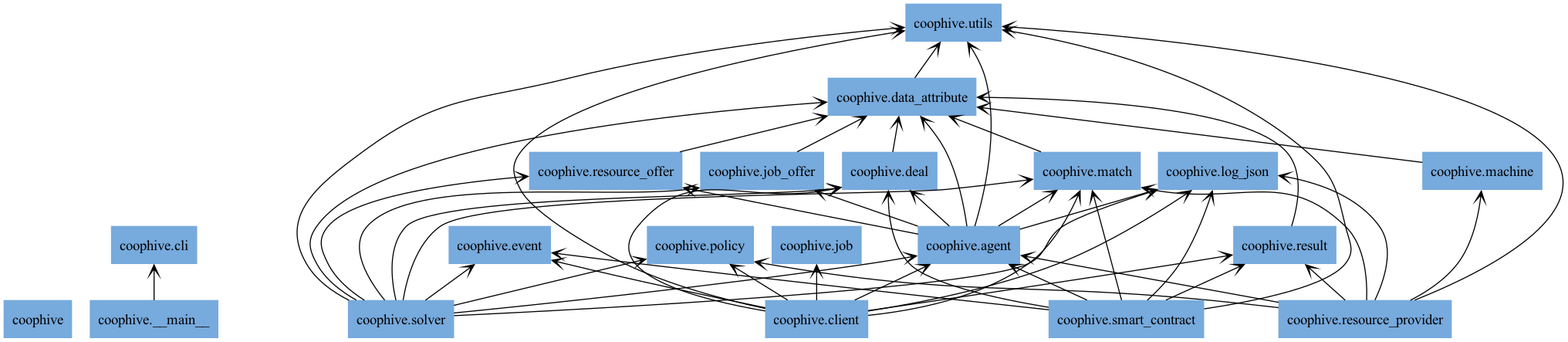
Earlier version of the Graphviz export docs/img/packages_coophive.png (CoopHive/Apiary). Its source is kept beside it as docs/img/packages_coophive.dot.
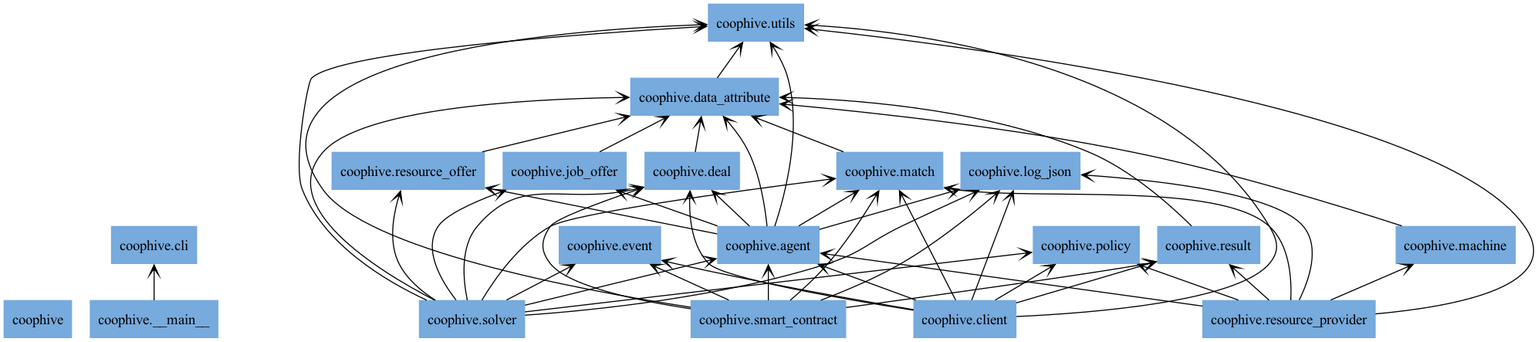
After the change.

The edit, as a diff of the source:
```diff
@@ -9,7 +9,6 @@
 "coophive.data_attribute" [color="#77AADD", label=<coophive.data_attribute>, shape="box", style="filled"];
 "coophive.deal" [color="#77AADD", label=<coophive.deal>, shape="box", style="filled"];
 "coophive.event" [color="#77AADD", label=<coophive.event>, shape="box", style="filled"];
-"coophive.job" [color="#77AADD", label=<coophive.job>, shape="box", style="filled"];
 "coophive.job_offer" [color="#77AADD", label=<coophive.job_offer>, shape="box", style="filled"];
 "coophive.log_json" [color="#77AADD", label=<coophive.log_json>, shape="box", style="filled"];
 "coophive.machine" [color="#77AADD", label=<coophive.machine>, shape="box", style="filled"];
@@ -32,7 +31,6 @@
 "coophive.client" -> "coophive.agent" [arrowhead="open", arrowtail="none"];
 "coophive.client" -> "coophive.deal" [arrowhead="open", arrowtail="none"];
 "coophive.client" -> "coophive.event" [arrowhead="open", arrowtail="none"];
-"coophive.client" -> "coophive.job" [arrowhead="open", arrowtail="none"];
 "coophive.client" -> "coophive.log_json" [arrowhead="open", arrowtail="none"];
 "coophive.client" -> "coophive.match" [arrowhead="open", arrowtail="none"];
 "coophive.client" -> "coophive.policy" [arrowhead="open", arrowtail="none"];
```
